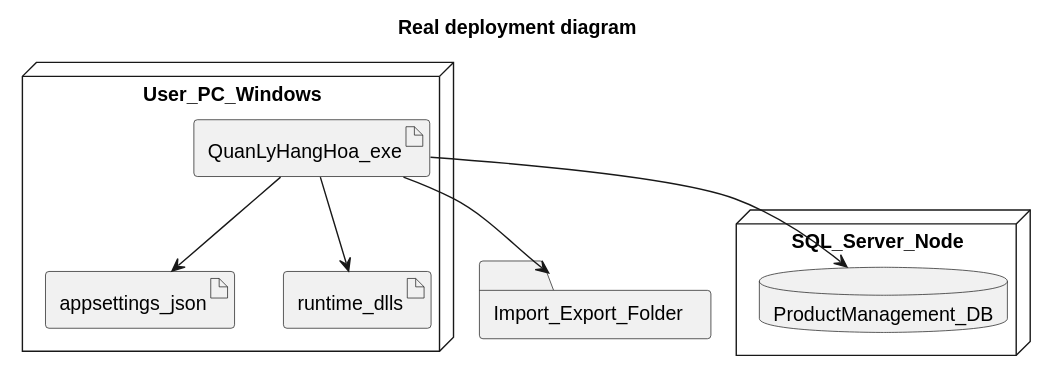
Before: Diagram/plantuml-svg/Deployment_HeThong.svg, a diagram exported from PlantUML (TheGiver262/WarePro).
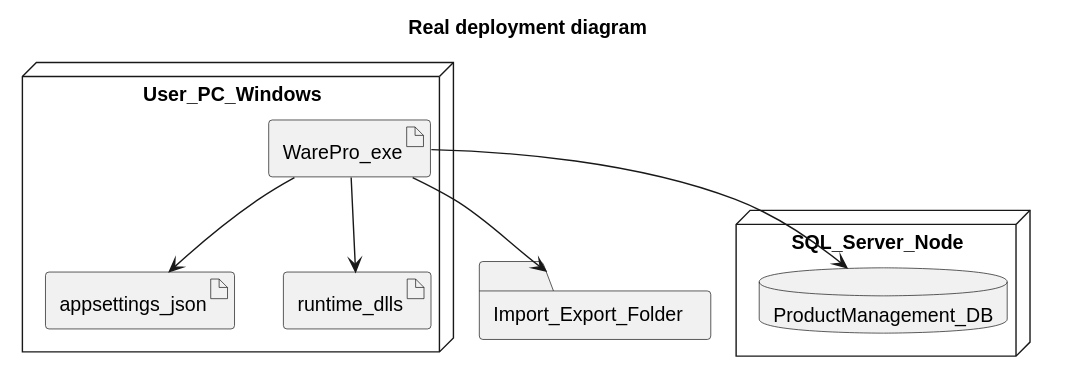
After the change.

What changed in the source:
```diff
@@ -1,7 +1,7 @@
 @startuml
 title Real deployment diagram
 node User_PC_Windows {
-  artifact QuanLyHangHoa_exe as Exe
+  artifact WarePro_exe as Exe
   artifact appsettings_json as Config
   artifact runtime_dlls as Dlls
 }
```
